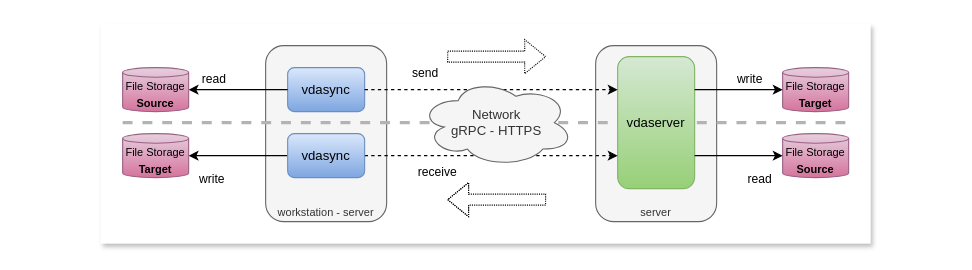
The draw.io diagram page "remote" (2 of 11) of docs/images/vdasync.drawio in t-beigbeder/vdasync, before the edit. Source tidied: cells renumbered, new cells numbered last; positions are measured from the earlier drawing's top-left corner, leaving out a move shared by most shapes. Both pictures are drawn from the tidied source at 110%, with x=0, y=0 at pixel (100, 23).
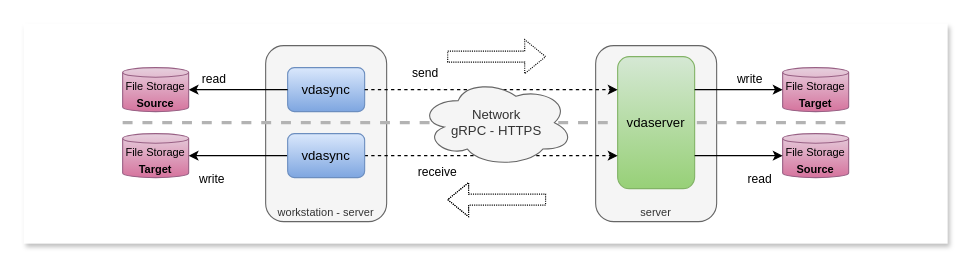
The same diagram, later.

What changed in the source:
```diff
@@
-    <mxCell id="2" style="rounded=0;whiteSpace=wrap;html=1;shadow=1;glass=0;strokeColor=none;" parent="1" vertex="1">
-      <mxGeometry width="700" height="200" as="geometry" />
-    </mxCell>
+    <mxCell id="22" style="rounded=0;whiteSpace=wrap;html=1;shadow=1;glass=0;strokeColor=none;" parent="1" vertex="1">
+      <mxGeometry x="-70" width="840" height="200" as="geometry" />
+    </mxCell>
```
